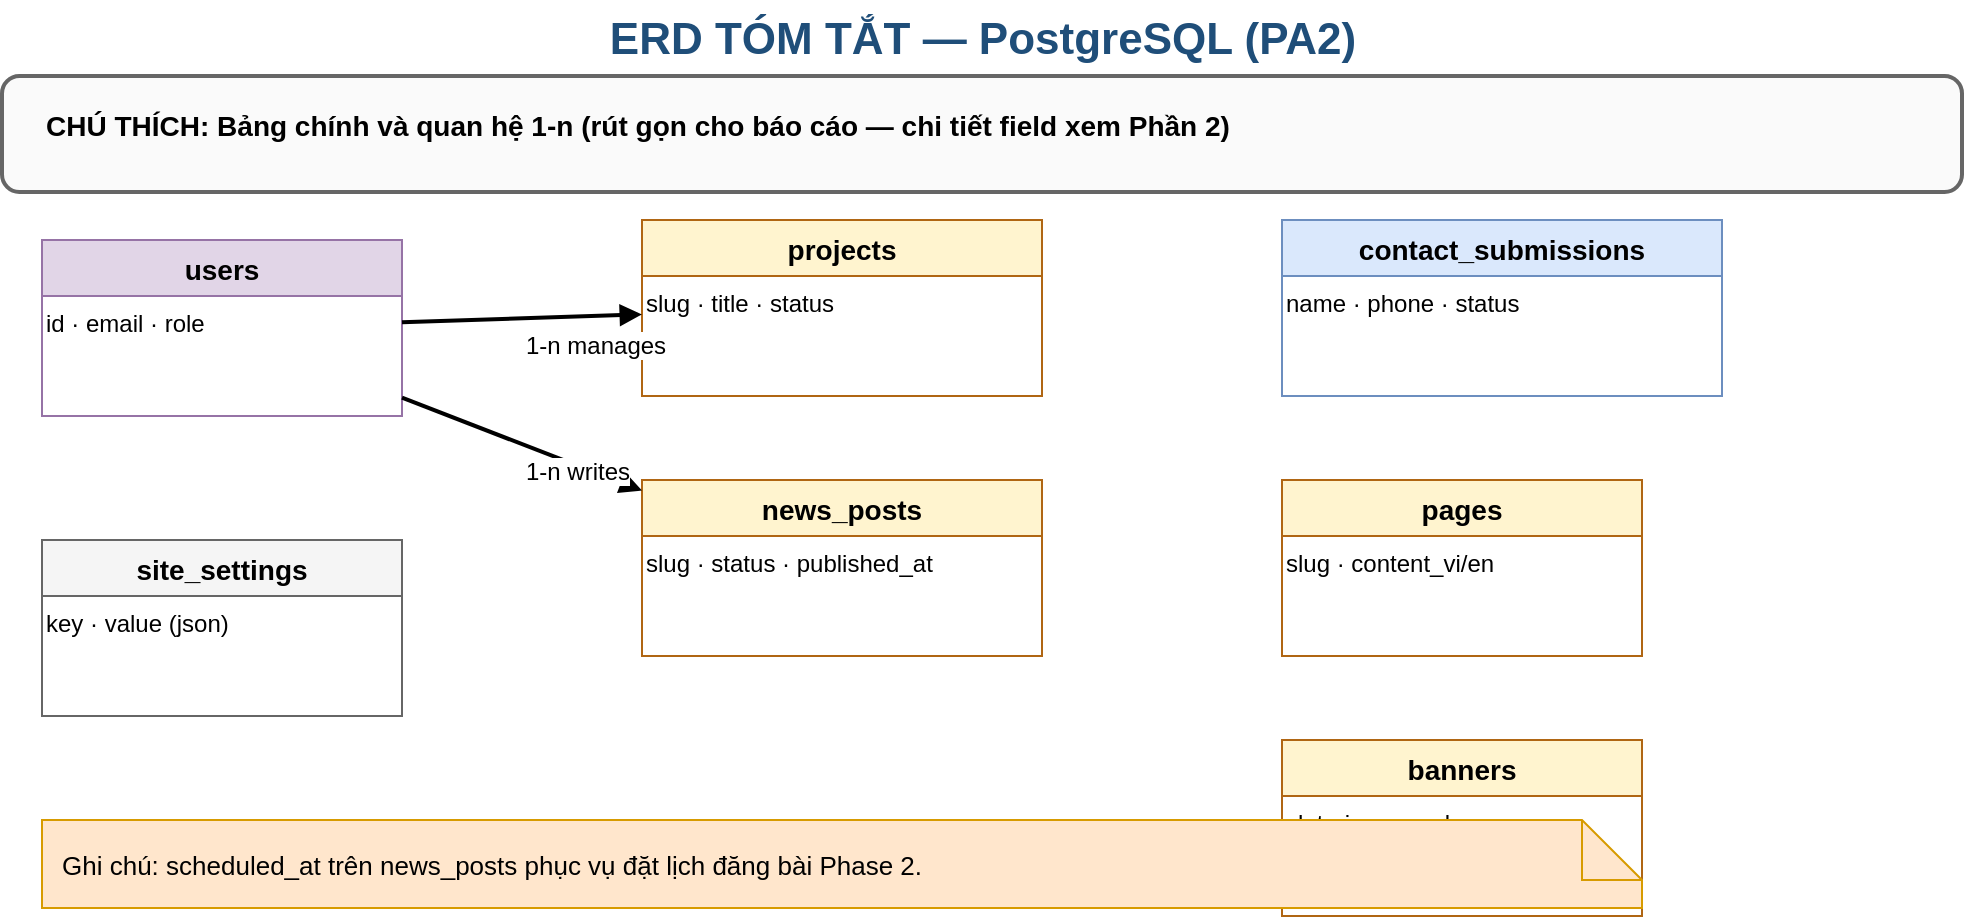
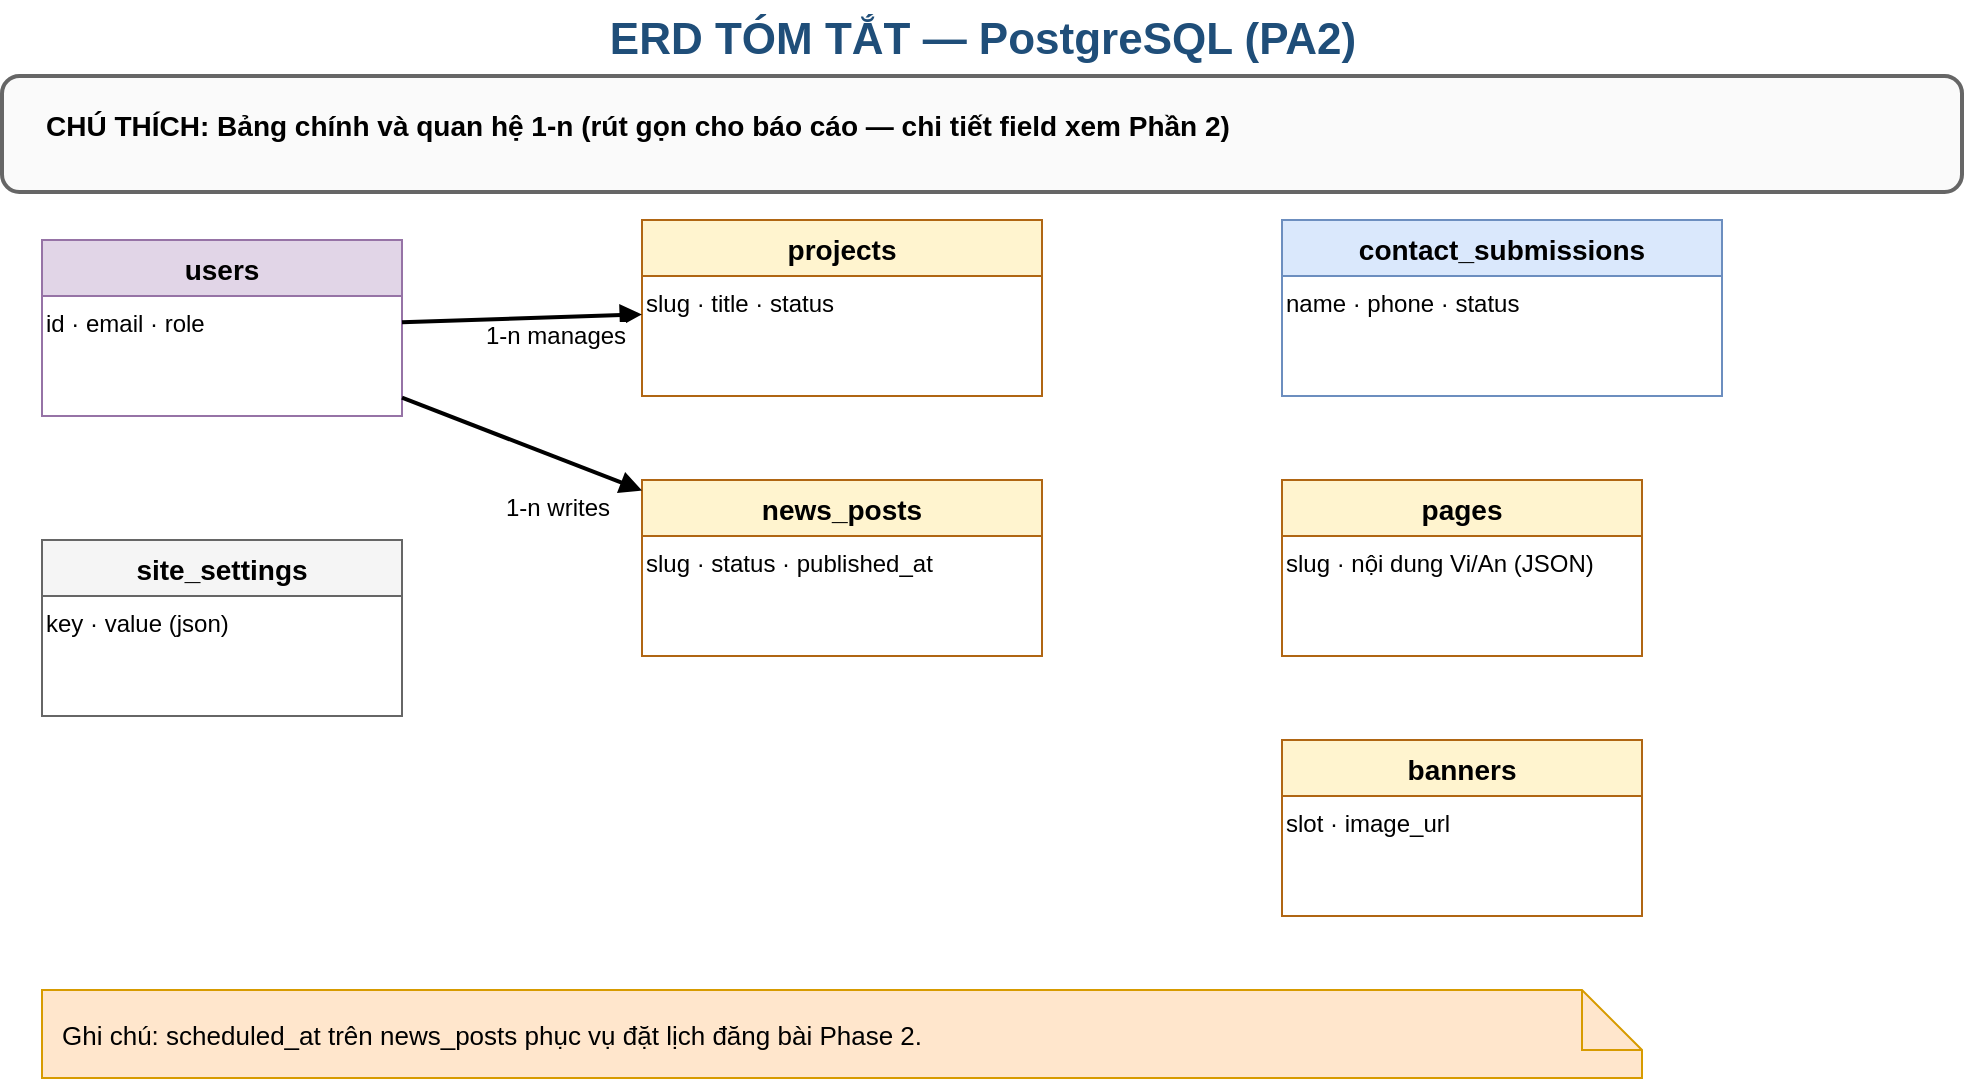
- <mxfile host="app.diagrams.net" agent="Cursor">
+ <mxfile host="Electron" agent="Cursor">
  <diagram id="erd" name="ERD tom tat">
-     <mxGraphModel dx="1200" dy="800" grid="1" gridSize="10" guides="1" tooltips="1" connect="1" arrows="1" fold="1" page="1" pageScale="1" pageWidth="1100" pageHeight="750" math="0" shadow="0">
+     <mxGraphModel dx="1414" dy="841" grid="1" gridSize="10" guides="1" tooltips="1" connect="1" arrows="1" fold="1" page="1" pageScale="1" pageWidth="1100" pageHeight="750" math="0" shadow="0">
      <root>
-         <mxCell id="0" /><mxCell id="1" parent="0" />
+         <mxCell id="0" />
+         <mxCell id="1" parent="0" />
        <mxCell id="title" parent="1" style="text;html=1;strokeColor=none;fillColor=none;align=center;fontSize=22;fontStyle=1;fontColor=#1F4E79;" value="ERD TÓM TẮT — PostgreSQL (PA2)" vertex="1">
-           <mxGeometry x="200" y="10" width="700" height="32" as="geometry" />
+           <mxGeometry height="32" width="700" x="200" y="10" as="geometry" />
        </mxCell>
        <mxCell id="legend-frame" parent="1" style="rounded=1;fillColor=#FAFAFA;strokeColor=#666666;strokeWidth=2;" value="" vertex="1">
-           <mxGeometry x="60" y="48" width="980" height="58" as="geometry" />
+           <mxGeometry height="58" width="980" x="60" y="48" as="geometry" />
        </mxCell>
        <mxCell id="legend-title" parent="1" style="text;html=1;strokeColor=none;fillColor=none;align=left;fontSize=14;fontStyle=1;" value="CHÚ THÍCH: Bảng chính và quan hệ 1-n (rút gọn cho báo cáo — chi tiết field xem Phần 2)" vertex="1">
-           <mxGeometry x="80" y="58" width="900" height="36" as="geometry" />
+           <mxGeometry height="36" width="900" x="80" y="58" as="geometry" />
        </mxCell>
        <mxCell id="users" parent="1" style="shape=table;startSize=28;fillColor=#E1D5E7;strokeColor=#9673A6;fontSize=14;fontStyle=1;" value="users" vertex="1">
-           <mxGeometry x="80" y="130" width="180" height="88" as="geometry" />
+           <mxGeometry height="88" width="180" x="80" y="130" as="geometry" />
        </mxCell>
-         <mxCell id="users-r" parent="users" style="text;html=1;align=left;fontSize=12;" value="id · email · role" vertex="1"><mxGeometry y="28" width="180" height="60" as="geometry" /></mxCell>
+         <mxCell id="users-r" parent="users" style="text;html=1;align=left;fontSize=12;" value="id · email · role" vertex="1">
+           <mxGeometry height="60" width="180" y="28" as="geometry" />
+         </mxCell>
        <mxCell id="projects" parent="1" style="shape=table;startSize=28;fillColor=#FFF4CF;strokeColor=#B06613;fontSize=14;fontStyle=1;" value="projects" vertex="1">
-           <mxGeometry x="380" y="120" width="200" height="88" as="geometry" />
+           <mxGeometry height="88" width="200" x="380" y="120" as="geometry" />
        </mxCell>
-         <mxCell id="projects-r" parent="projects" style="text;html=1;align=left;fontSize=12;" value="slug · title · status" vertex="1"><mxGeometry y="28" width="200" height="60" as="geometry" /></mxCell>
+         <mxCell id="projects-r" parent="projects" style="text;html=1;align=left;fontSize=12;" value="slug · title · status" vertex="1">
+           <mxGeometry height="60" width="200" y="28" as="geometry" />
+         </mxCell>
        <mxCell id="news" parent="1" style="shape=table;startSize=28;fillColor=#FFF4CF;strokeColor=#B06613;fontSize=14;fontStyle=1;" value="news_posts" vertex="1">
-           <mxGeometry x="380" y="250" width="200" height="88" as="geometry" />
+           <mxGeometry height="88" width="200" x="380" y="250" as="geometry" />
        </mxCell>
-         <mxCell id="news-r" parent="news" style="text;html=1;align=left;fontSize=12;" value="slug · status · published_at" vertex="1"><mxGeometry y="28" width="200" height="60" as="geometry" /></mxCell>
+         <mxCell id="news-r" parent="news" style="text;html=1;align=left;fontSize=12;" value="slug · status · published_at" vertex="1">
+           <mxGeometry height="60" width="200" y="28" as="geometry" />
+         </mxCell>
        <mxCell id="contacts" parent="1" style="shape=table;startSize=28;fillColor=#DAE8FC;strokeColor=#6C8EBF;fontSize=14;fontStyle=1;" value="contact_submissions" vertex="1">
-           <mxGeometry x="700" y="120" width="220" height="88" as="geometry" />
+           <mxGeometry height="88" width="220" x="700" y="120" as="geometry" />
        </mxCell>
-         <mxCell id="contacts-r" parent="contacts" style="text;html=1;align=left;fontSize=12;" value="name · phone · status" vertex="1"><mxGeometry y="28" width="220" height="60" as="geometry" /></mxCell>
+         <mxCell id="contacts-r" parent="contacts" style="text;html=1;align=left;fontSize=12;" value="name · phone · status" vertex="1">
+           <mxGeometry height="60" width="220" y="28" as="geometry" />
+         </mxCell>
        <mxCell id="pages" parent="1" style="shape=table;startSize=28;fillColor=#FFF4CF;strokeColor=#B06613;fontSize=14;fontStyle=1;" value="pages" vertex="1">
-           <mxGeometry x="700" y="250" width="180" height="88" as="geometry" />
+           <mxGeometry height="88" width="180" x="700" y="250" as="geometry" />
        </mxCell>
-         <mxCell id="pages-r" parent="pages" style="text;html=1;align=left;fontSize=12;" value="slug · content_vi/en" vertex="1"><mxGeometry y="28" width="180" height="60" as="geometry" /></mxCell>
+         <mxCell id="pages-r" parent="pages" style="text;html=1;align=left;fontSize=12;" value="slug · nội dung Vi/An (JSON)" vertex="1">
+           <mxGeometry height="60" width="180" y="28" as="geometry" />
+         </mxCell>
        <mxCell id="banners" parent="1" style="shape=table;startSize=28;fillColor=#FFF4CF;strokeColor=#B06613;fontSize=14;fontStyle=1;" value="banners" vertex="1">
-           <mxGeometry x="700" y="380" width="180" height="88" as="geometry" />
+           <mxGeometry height="88" width="180" x="700" y="380" as="geometry" />
        </mxCell>
-         <mxCell id="banners-r" parent="banners" style="text;html=1;align=left;fontSize=12;" value="slot · image_url" vertex="1"><mxGeometry y="28" width="180" height="60" as="geometry" /></mxCell>
+         <mxCell id="banners-r" parent="banners" style="text;html=1;align=left;fontSize=12;" value="slot · image_url" vertex="1">
+           <mxGeometry height="60" width="180" y="28" as="geometry" />
+         </mxCell>
        <mxCell id="settings" parent="1" style="shape=table;startSize=28;fillColor=#F5F5F5;strokeColor=#666666;fontSize=14;fontStyle=1;" value="site_settings" vertex="1">
-           <mxGeometry x="80" y="280" width="180" height="88" as="geometry" />
+           <mxGeometry height="88" width="180" x="80" y="280" as="geometry" />
        </mxCell>
-         <mxCell id="settings-r" parent="settings" style="text;html=1;align=left;fontSize=12;" value="key · value (json)" vertex="1"><mxGeometry y="28" width="180" height="60" as="geometry" /></mxCell>
-         <mxCell id="e1" edge="1" parent="1" source="users" target="projects" style="endArrow=block;html=1;strokeWidth=2;">
+         <mxCell id="settings-r" parent="settings" style="text;html=1;align=left;fontSize=12;" value="key · value (json)" vertex="1">
+           <mxGeometry height="60" width="180" y="28" as="geometry" />
+         </mxCell>
+         <mxCell id="e1" edge="1" parent="1" source="users" style="endArrow=block;html=1;strokeWidth=2;" target="projects">
          <mxGeometry relative="1" as="geometry" />
        </mxCell>
-         <mxCell id="e1l" connectable="0" parent="e1" style="edgeLabel;html=1;fontSize=12;" value="1-n manages" vertex="1"><mxGeometry relative="1" as="geometry"><mxPoint as="offset" /></mxGeometry></mxCell>
-         <mxCell id="e2" edge="1" parent="1" source="users" target="news" style="endArrow=block;html=1;strokeWidth=2;">
+         <mxCell id="e1l" connectable="0" parent="e1" style="edgeLabel;html=1;fontSize=12;" value="1-n manages" vertex="1">
+           <mxGeometry relative="1" as="geometry">
+             <mxPoint x="-20" y="-5" as="offset" />
+           </mxGeometry>
+         </mxCell>
+         <mxCell id="e2" edge="1" parent="1" source="users" style="endArrow=block;html=1;strokeWidth=2;" target="news">
          <mxGeometry relative="1" as="geometry" />
        </mxCell>
-         <mxCell id="e2l" connectable="0" parent="e2" style="edgeLabel;html=1;fontSize=12;" value="1-n writes" vertex="1"><mxGeometry relative="1" as="geometry"><mxPoint as="offset" /></mxGeometry></mxCell>
+         <mxCell id="e2l" connectable="0" parent="e2" style="edgeLabel;html=1;fontSize=12;" value="1-n writes" vertex="1">
+           <mxGeometry relative="1" as="geometry">
+             <mxPoint x="-10" y="18" as="offset" />
+           </mxGeometry>
+         </mxCell>
        <mxCell id="note" parent="1" style="shape=note;fillColor=#FFE6CC;strokeColor=#D79B00;fontSize=13;align=left;spacingLeft=8;" value="Ghi chú: scheduled_at trên news_posts phục vụ đặt lịch đăng bài Phase 2." vertex="1">
-           <mxGeometry x="80" y="420" width="800" height="44" as="geometry" />
+           <mxGeometry height="44" width="800" x="80" y="505" as="geometry" />
        </mxCell>
      </root>
    </mxGraphModel>
  </diagram>
</mxfile>
